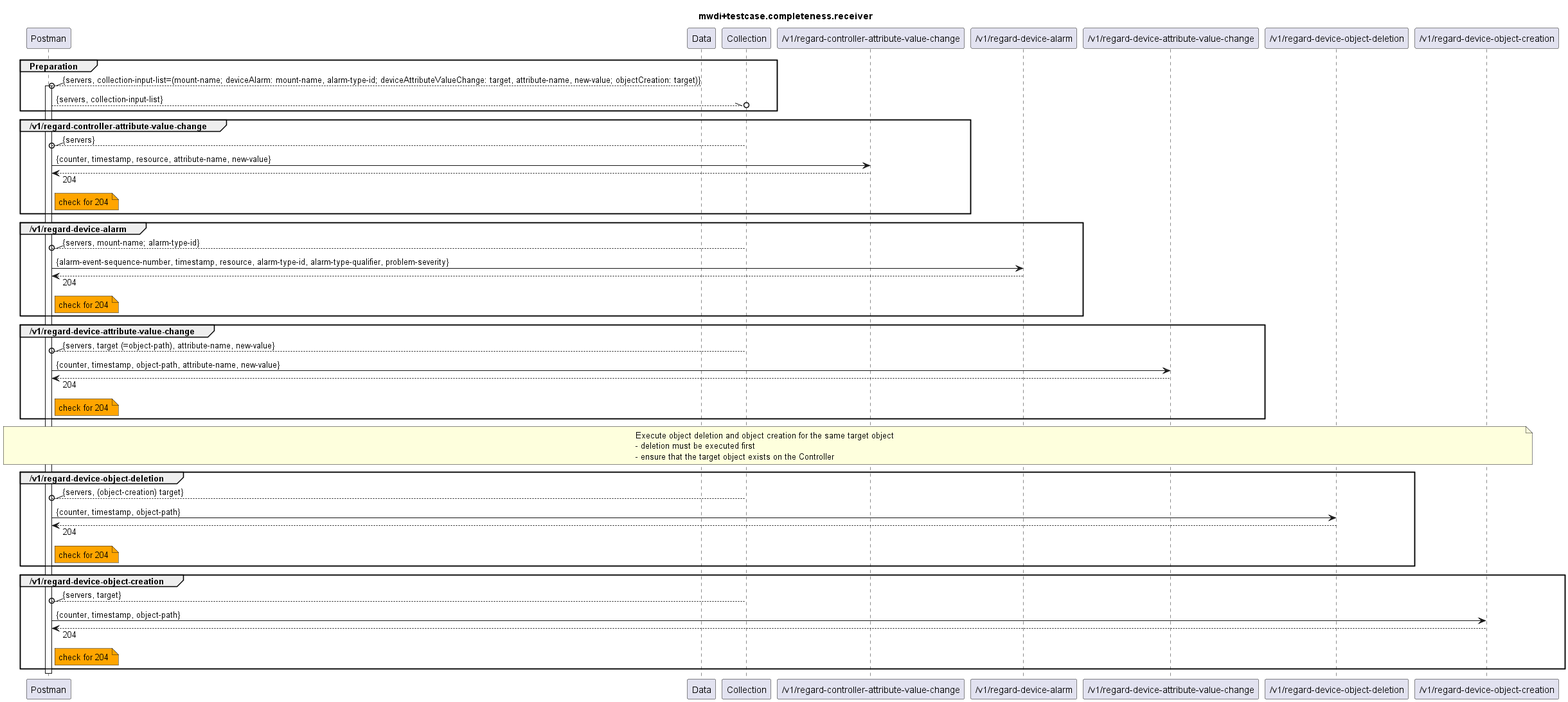
openBackhaul/MicroWaveDeviceInventory keeps this PlantUML diagram as testing/2_functional/completeness/v2.0.1/Receiver/mwdi+diagram.completeness.receiver.png. Above is the earlier version.
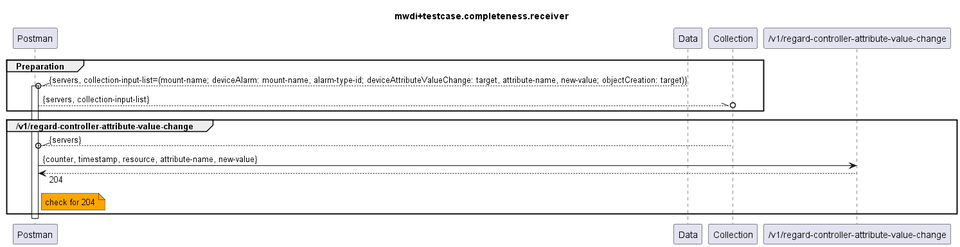
After the commit.

What changed in the source:
```diff
@@ -10,10 +10,6 @@
 participant "Collection" as Collection
 
 participant "/v1/regard-controller-attribute-value-change" as RCAVC
-participant "/v1/regard-device-alarm" as RDA
-participant "/v1/regard-device-attribute-value-change" as RDAVC
-participant "/v1/regard-device-object-deletion" as RDOD
-participant "/v1/regard-device-object-creation" as RDOC
 
 group Preparation
   Data --\\o Postman : {servers, collection-input-list=(mount-name; deviceAlarm: mount-name, alarm-type-id; deviceAttributeValueChange: target, attribute-name, new-value; objectCreation: target)}
@@ -30,48 +26,6 @@
   end note
 end
 
-group /v1/regard-device-alarm
-  Collection --\\o Postman : {servers, mount-name; alarm-type-id}
-  Postman -> RDA : {alarm-event-sequence-number, timestamp, resource, alarm-type-id, alarm-type-qualifier, problem-severity}
-  Postman <-- RDA : 204
-  note right Postman #Orange
-    check for 204
-  end note
-end
-
-group /v1/regard-device-attribute-value-change
-  Collection --\\o Postman : {servers, target (=object-path), attribute-name, new-value}
-  Postman -> RDAVC : {counter, timestamp, object-path, attribute-name, new-value}
-  Postman <-- RDAVC : 204
-  note right Postman #Orange
-    check for 204
-  end note
-end
-
-note over Postman, RDOC
-  Execute object deletion and object creation for the same target object
-  - deletion must be executed first
-  - ensure that the target object exists on the Controller
-end note
-
-group /v1/regard-device-object-deletion
-  Collection --\\o Postman : {servers, (object-creation) target}
-  Postman -> RDOD : {counter, timestamp, object-path}
-  Postman <-- RDOD : 204
-  note right Postman #Orange
-    check for 204
-  end note
-end
-
-group /v1/regard-device-object-creation
-  Collection --\\o Postman : {servers, target}
-  Postman -> RDOC : {counter, timestamp, object-path}
-  Postman <-- RDOC : 204
-  note right Postman #Orange
-    check for 204
-  end note
-end
-
 deactivate Postman
 
 @enduml
```
